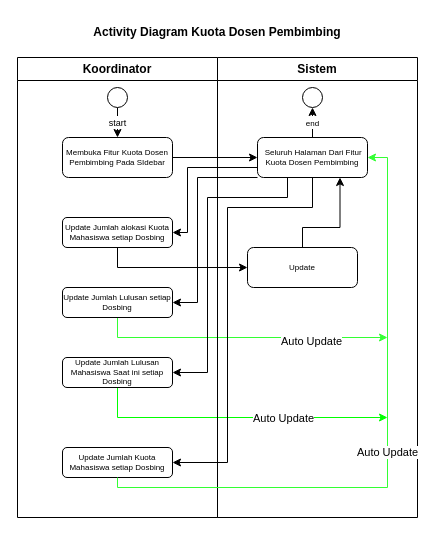
Earlier version of the draw.io diagram Website Bimbingan Online/Activity Diagram/kuota Dosbing.drawio (BagusCPaste/draw.io). Source tidied: cells renumbered, new cells numbered last; positions are measured from the earlier drawing's top-left corner, leaving out a move shared by most shapes. Both pictures are drawn from the tidied source at 100%, with x=0, y=0 at pixel (17, 17).
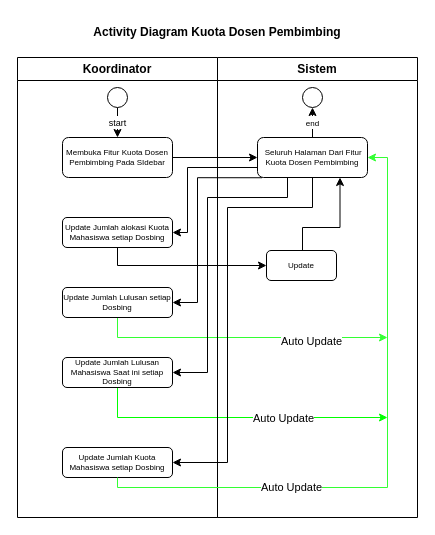
The same page after the edit.

Unchanged cells that the change refers to:
```xml
<mxCell id="6" value="Update Jumlah alokasi Kuota Mahasiswa setiap Dosbing" style="rounded=1;whiteSpace=wrap;html=1;fontSize=8;" parent="2" vertex="1">
  <mxGeometry x="45" y="160" width="110" height="30" as="geometry" />
</mxCell>
<mxCell id="9" value="Update Jumlah Lulusan setiap Dosbing" style="rounded=1;whiteSpace=wrap;html=1;fontSize=8;" parent="2" vertex="1">
  <mxGeometry x="45" y="230" width="110" height="30" as="geometry" />
</mxCell>
<mxCell id="13" value="Update Jumlah Kuota Mahasiswa setiap Dosbing" style="rounded=1;whiteSpace=wrap;html=1;fontSize=8;" parent="2" vertex="1">
  <mxGeometry x="45" y="390" width="110" height="30" as="geometry" />
</mxCell>
<mxCell id="14" value="Sistem" style="swimlane;whiteSpace=wrap;html=1;" parent="1" vertex="1">
  <mxGeometry x="200" y="40" width="200" height="460" as="geometry" />
</mxCell>
<mxCell id="16" value="&amp;nbsp;Seluruh Halaman Dari Fitur Kuota Dosen Pembimbing" style="rounded=1;whiteSpace=wrap;html=1;fontSize=8;" parent="14" vertex="1">
  <mxGeometry x="40" y="80" width="110" height="40" as="geometry" />
</mxCell>
```

What changed in the source:
```diff
@@
     <mxCell id="18" value="Update" style="rounded=1;whiteSpace=wrap;html=1;fontSize=8;" parent="14" vertex="1">
-      <mxGeometry x="30" y="190" width="110" height="40" as="geometry" />
+      <mxGeometry x="49" y="193" width="70" height="30" as="geometry" />
     </mxCell>
@@
-    <mxCell id="23" style="rounded=0;jettySize=auto;html=1;entryX=1;entryY=0.5;entryDx=0;entryDy=0;edgeStyle=orthogonalEdgeStyle;" parent="1" edge="1" source="16" target="9">
+    <mxCell id="23" style="rounded=0;jettySize=auto;html=1;entryX=1;entryY=0.5;entryDx=0;entryDy=0;edgeStyle=orthogonalEdgeStyle;exitX=0.041;exitY=1.006;exitDx=0;exitDy=0;exitPerimeter=0;" parent="1" edge="1" source="16" target="9">
       <mxGeometry relative="1" as="geometry">
         <Array as="points">
           <mxPoint x="180" y="160" />
           <mxPoint x="180" y="285" />
         </Array>
       </mxGeometry>
     </mxCell>
@@
-    <mxCell id="26" value="Auto Update" style="edgeStyle=orthogonalEdgeStyle;rounded=0;jettySize=auto;html=1;entryX=1;entryY=0.5;entryDx=0;entryDy=0;fillColor=#008a00;strokeColor=#33FF33;" parent="1" edge="1" source="13" target="16">
+    <mxCell id="26" style="edgeStyle=orthogonalEdgeStyle;rounded=0;jettySize=auto;html=1;entryX=1;entryY=0.5;entryDx=0;entryDy=0;fillColor=#008a00;strokeColor=#33FF33;" parent="1" edge="1" source="13" target="16">
       <mxGeometry relative="1" as="geometry">
         <Array as="points">
           <mxPoint x="100" y="470" />
           <mxPoint x="370" y="470" />
           <mxPoint x="370" y="140" />
         </Array>
       </mxGeometry>
     </mxCell>
+    <mxCell id="28" value="Auto Update" style="edgeLabel;html=1;align=center;verticalAlign=middle;" parent="26" vertex="1">
+      <mxGeometry x="-0.42" y="1" relative="1" as="geometry" />
+    </mxCell>
     <mxCell id="27" style="edgeStyle=orthogonalEdgeStyle;rounded=0;jettySize=auto;html=1;entryX=0;entryY=0.5;entryDx=0;entryDy=0;" parent="1" edge="1" source="6" target="18">
       <mxGeometry relative="1" as="geometry">
         <Array as="points">
-          <mxPoint x="100" y="250" />
+          <mxPoint x="100" y="248" />
         </Array>
       </mxGeometry>
     </mxCell>
```
